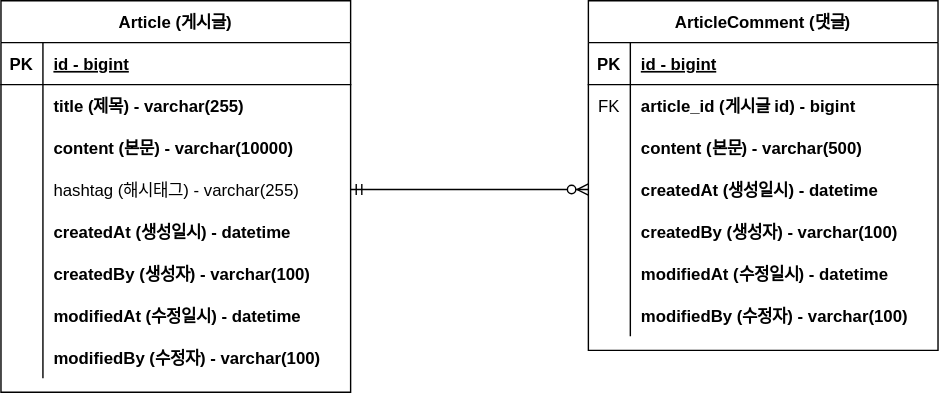
The draw.io diagram document/project-board-erd.svg in zjvl11/project-board, before a commit. Source tidied: cells renumbered, new cells last; positions are measured from the earlier drawing's top-left corner, leaving out a move shared by most shapes.
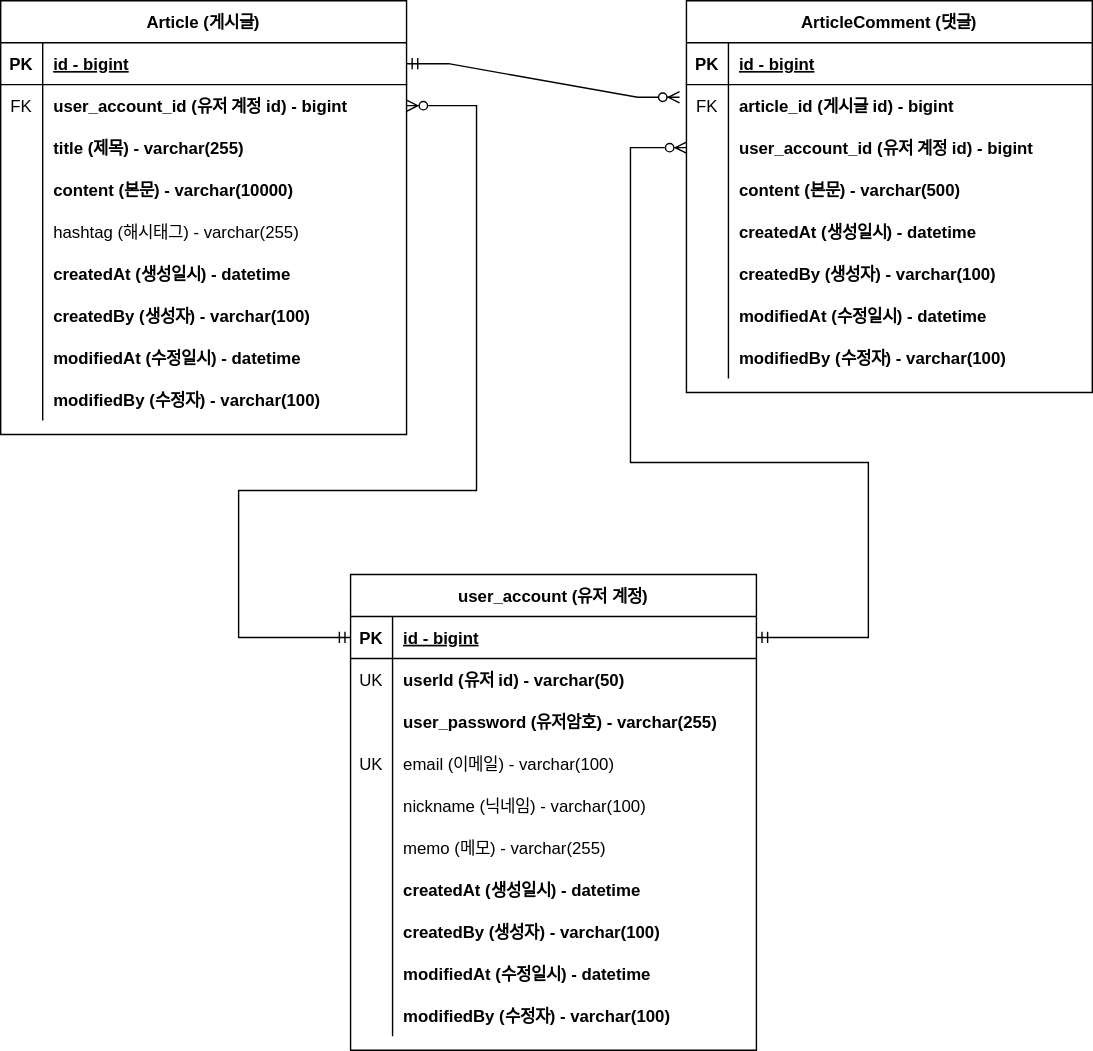
The same file after the commit.

The edit, as a diff of the source:
```diff
@@ -5,6 +5,6 @@
     <mxCell id="2" value="Article (게시글)" style="shape=table;startSize=30;rowLines=0;fontStyle=1;align=center;" parent="1" vertex="1">
-      <mxGeometry width="250" height="280" as="geometry" />
+      <mxGeometry width="290" height="310" as="geometry" />
     </mxCell>
     <mxCell id="3" style="shape=partialRectangle;fillColor=none;points=[[0,0.5],[1,0.5]];portConstraint=eastwest;top=0;left=0;right=0;bottom=1;" parent="2" vertex="1">
-      <mxGeometry y="30" width="250" height="30" as="geometry" />
+      <mxGeometry y="30" width="290" height="30" as="geometry" />
     </mxCell>
@@ -14,6 +14,15 @@
     <mxCell id="5" value="id - bigint" style="shape=partialRectangle;overflow=hidden;fillColor=none;top=0;left=0;bottom=0;right=0;align=left;spacingLeft=6;fontStyle=5;" parent="3" vertex="1">
-      <mxGeometry x="30" width="220" height="30" as="geometry" />
+      <mxGeometry x="30" width="260" height="30" as="geometry" />
     </mxCell>
+    <mxCell id="50" style="shape=partialRectangle;fillColor=none;points=[[0,0.5],[1,0.5]];portConstraint=eastwest;top=0;left=0;right=0;bottom=0;" parent="2" vertex="1">
+      <mxGeometry y="60" width="290" height="30" as="geometry" />
+    </mxCell>
+    <mxCell id="51" value="FK" style="shape=partialRectangle;overflow=hidden;fillColor=none;top=0;left=0;bottom=0;right=0;" parent="50" vertex="1">
+      <mxGeometry width="30" height="30" as="geometry" />
+    </mxCell>
+    <mxCell id="52" value="user_account_id (유저 계정 id) - bigint" style="shape=partialRectangle;overflow=hidden;fillColor=none;top=0;left=0;bottom=0;right=0;align=left;spacingLeft=6;fontStyle=1;" parent="50" vertex="1">
+      <mxGeometry x="30" width="260" height="30" as="geometry" />
+    </mxCell>
     <mxCell id="6" style="shape=partialRectangle;fillColor=none;top=0;left=0;right=0;bottom=0;" parent="2" vertex="1">
-      <mxGeometry y="60" width="250" height="30" as="geometry" />
+      <mxGeometry y="90" width="290" height="30" as="geometry" />
     </mxCell>
@@ -23,6 +32,6 @@
     <mxCell id="8" value="title (제목) - varchar(255)" style="shape=partialRectangle;overflow=hidden;fillColor=none;top=0;left=0;bottom=0;right=0;align=left;spacingLeft=6;fontStyle=1;" parent="6" vertex="1">
-      <mxGeometry x="30" width="220" height="30" as="geometry" />
+      <mxGeometry x="30" width="260" height="30" as="geometry" />
     </mxCell>
     <mxCell id="9" style="shape=partialRectangle;fillColor=none;top=0;left=0;right=0;bottom=0;" parent="2" vertex="1">
-      <mxGeometry y="90" width="250" height="30" as="geometry" />
+      <mxGeometry y="120" width="290" height="30" as="geometry" />
     </mxCell>
@@ -32,6 +41,6 @@
     <mxCell id="11" value="content (본문) - varchar(10000)" style="shape=partialRectangle;overflow=hidden;fillColor=none;top=0;left=0;bottom=0;right=0;align=left;spacingLeft=6;fontStyle=1;" parent="9" vertex="1">
-      <mxGeometry x="30" width="220" height="30" as="geometry" />
+      <mxGeometry x="30" width="260" height="30" as="geometry" />
     </mxCell>
     <mxCell id="12" style="shape=partialRectangle;fillColor=none;points=[[0,0.5],[1,0.5]];portConstraint=eastwest;top=0;left=0;right=0;bottom=0;" parent="2" vertex="1">
-      <mxGeometry y="120" width="250" height="30" as="geometry" />
+      <mxGeometry y="150" width="290" height="30" as="geometry" />
     </mxCell>
@@ -41,6 +50,6 @@
     <mxCell id="14" value="hashtag (해시태그) - varchar(255)" style="shape=partialRectangle;overflow=hidden;fillColor=none;top=0;left=0;bottom=0;right=0;align=left;spacingLeft=6;fontStyle=0;" parent="12" vertex="1">
-      <mxGeometry x="30" width="220" height="30" as="geometry" />
+      <mxGeometry x="30" width="260" height="30" as="geometry" />
     </mxCell>
     <mxCell id="15" style="shape=partialRectangle;fillColor=none;top=0;left=0;right=0;bottom=0;" parent="2" vertex="1">
-      <mxGeometry y="150" width="250" height="30" as="geometry" />
+      <mxGeometry y="180" width="290" height="30" as="geometry" />
     </mxCell>
@@ -50,6 +59,6 @@
     <mxCell id="17" value="createdAt (생성일시) - datetime" style="shape=partialRectangle;overflow=hidden;fillColor=none;top=0;left=0;bottom=0;right=0;align=left;spacingLeft=6;fontStyle=1;" parent="15" vertex="1">
-      <mxGeometry x="30" width="220" height="30" as="geometry" />
+      <mxGeometry x="30" width="260" height="30" as="geometry" />
     </mxCell>
     <mxCell id="18" style="shape=partialRectangle;fillColor=none;top=0;left=0;right=0;bottom=0;" parent="2" vertex="1">
-      <mxGeometry y="180" width="250" height="30" as="geometry" />
+      <mxGeometry y="210" width="290" height="30" as="geometry" />
     </mxCell>
@@ -59,6 +68,6 @@
     <mxCell id="20" value="createdBy (생성자) - varchar(100)" style="shape=partialRectangle;overflow=hidden;fillColor=none;top=0;left=0;bottom=0;right=0;align=left;spacingLeft=6;fontStyle=1;" parent="18" vertex="1">
-      <mxGeometry x="30" width="220" height="30" as="geometry" />
+      <mxGeometry x="30" width="260" height="30" as="geometry" />
     </mxCell>
     <mxCell id="21" style="shape=partialRectangle;fillColor=none;top=0;left=0;right=0;bottom=0;" parent="2" vertex="1">
-      <mxGeometry y="210" width="250" height="30" as="geometry" />
+      <mxGeometry y="240" width="290" height="30" as="geometry" />
     </mxCell>
@@ -68,6 +77,6 @@
     <mxCell id="23" value="modifiedAt (수정일시) - datetime" style="shape=partialRectangle;overflow=hidden;fillColor=none;top=0;left=0;bottom=0;right=0;align=left;spacingLeft=6;fontStyle=1;" parent="21" vertex="1">
-      <mxGeometry x="30" width="220" height="30" as="geometry" />
+      <mxGeometry x="30" width="260" height="30" as="geometry" />
     </mxCell>
     <mxCell id="24" style="shape=partialRectangle;fillColor=none;top=0;left=0;right=0;bottom=0;" parent="2" vertex="1">
-      <mxGeometry y="240" width="250" height="30" as="geometry" />
+      <mxGeometry y="270" width="290" height="30" as="geometry" />
     </mxCell>
@@ -77,9 +86,9 @@
     <mxCell id="26" value="modifiedBy (수정자) - varchar(100)" style="shape=partialRectangle;overflow=hidden;fillColor=none;top=0;left=0;bottom=0;right=0;align=left;spacingLeft=6;fontStyle=1;" parent="24" vertex="1">
-      <mxGeometry x="30" width="220" height="30" as="geometry" />
+      <mxGeometry x="30" width="260" height="30" as="geometry" />
     </mxCell>
     <mxCell id="27" value="ArticleComment (댓글)" style="shape=table;startSize=30;rowLines=0;fontStyle=1;align=center;" parent="1" vertex="1">
-      <mxGeometry x="420" width="250" height="250" as="geometry" />
+      <mxGeometry x="490" width="290" height="280" as="geometry" />
     </mxCell>
     <mxCell id="28" style="shape=partialRectangle;fillColor=none;top=0;left=0;right=0;bottom=1;" parent="27" vertex="1">
-      <mxGeometry y="30" width="250" height="30" as="geometry" />
+      <mxGeometry y="30" width="290" height="30" as="geometry" />
     </mxCell>
@@ -89,6 +98,6 @@
     <mxCell id="30" value="id - bigint" style="shape=partialRectangle;overflow=hidden;fillColor=none;top=0;left=0;bottom=0;right=0;align=left;spacingLeft=6;fontStyle=5;" parent="28" vertex="1">
-      <mxGeometry x="30" width="220" height="30" as="geometry" />
+      <mxGeometry x="30" width="260" height="30" as="geometry" />
     </mxCell>
     <mxCell id="31" style="shape=partialRectangle;fillColor=none;points=[[0,0.5],[1,0.5]];portConstraint=eastwest;top=0;left=0;right=0;bottom=0;" parent="27" vertex="1">
-      <mxGeometry y="60" width="250" height="30" as="geometry" />
+      <mxGeometry y="60" width="290" height="30" as="geometry" />
     </mxCell>
@@ -98,6 +107,15 @@
     <mxCell id="33" value="article_id (게시글 id) - bigint" style="shape=partialRectangle;overflow=hidden;fillColor=none;top=0;left=0;bottom=0;right=0;align=left;spacingLeft=6;fontStyle=1;" parent="31" vertex="1">
-      <mxGeometry x="30" width="220" height="30" as="geometry" />
+      <mxGeometry x="30" width="260" height="30" as="geometry" />
     </mxCell>
+    <mxCell id="53" style="shape=partialRectangle;fillColor=none;points=[[0,0.5],[1,0.5]];portConstraint=eastwest;top=0;left=0;right=0;bottom=0;" parent="27" vertex="1">
+      <mxGeometry y="90" width="290" height="30" as="geometry" />
+    </mxCell>
+    <mxCell id="54" style="shape=partialRectangle;overflow=hidden;fillColor=none;top=0;left=0;bottom=0;right=0;" parent="53" vertex="1">
+      <mxGeometry width="30" height="30" as="geometry" />
+    </mxCell>
+    <mxCell id="55" value="user_account_id (유저 계정 id) - bigint" style="shape=partialRectangle;overflow=hidden;fillColor=none;top=0;left=0;bottom=0;right=0;align=left;spacingLeft=6;fontStyle=1;" parent="53" vertex="1">
+      <mxGeometry x="30" width="260" height="30" as="geometry" />
+    </mxCell>
     <mxCell id="34" style="shape=partialRectangle;fillColor=none;top=0;left=0;right=0;bottom=0;" parent="27" vertex="1">
-      <mxGeometry y="90" width="250" height="30" as="geometry" />
+      <mxGeometry y="120" width="290" height="30" as="geometry" />
     </mxCell>
@@ -107,6 +125,6 @@
     <mxCell id="36" value="content (본문) - varchar(500)" style="shape=partialRectangle;overflow=hidden;fillColor=none;top=0;left=0;bottom=0;right=0;align=left;spacingLeft=6;fontStyle=1;" parent="34" vertex="1">
-      <mxGeometry x="30" width="220" height="30" as="geometry" />
+      <mxGeometry x="30" width="260" height="30" as="geometry" />
     </mxCell>
     <mxCell id="37" style="shape=partialRectangle;fillColor=none;points=[[0,0.5],[1,0.5]];portConstraint=eastwest;top=0;left=0;right=0;bottom=0;" parent="27" vertex="1">
-      <mxGeometry y="120" width="250" height="30" as="geometry" />
+      <mxGeometry y="150" width="290" height="30" as="geometry" />
     </mxCell>
@@ -116,6 +134,6 @@
     <mxCell id="39" value="createdAt (생성일시) - datetime" style="shape=partialRectangle;overflow=hidden;fillColor=none;top=0;left=0;bottom=0;right=0;align=left;spacingLeft=6;fontStyle=1;" parent="37" vertex="1">
-      <mxGeometry x="30" width="220" height="30" as="geometry" />
+      <mxGeometry x="30" width="260" height="30" as="geometry" />
     </mxCell>
     <mxCell id="40" style="shape=partialRectangle;fillColor=none;top=0;left=0;right=0;bottom=0;" parent="27" vertex="1">
-      <mxGeometry y="150" width="250" height="30" as="geometry" />
+      <mxGeometry y="180" width="290" height="30" as="geometry" />
     </mxCell>
@@ -125,6 +143,6 @@
     <mxCell id="42" value="createdBy (생성자) - varchar(100)" style="shape=partialRectangle;overflow=hidden;fillColor=none;top=0;left=0;bottom=0;right=0;align=left;spacingLeft=6;fontStyle=1;" parent="40" vertex="1">
-      <mxGeometry x="30" width="220" height="30" as="geometry" />
+      <mxGeometry x="30" width="260" height="30" as="geometry" />
     </mxCell>
     <mxCell id="43" style="shape=partialRectangle;fillColor=none;top=0;left=0;right=0;bottom=0;" parent="27" vertex="1">
-      <mxGeometry y="180" width="250" height="30" as="geometry" />
+      <mxGeometry y="210" width="290" height="30" as="geometry" />
     </mxCell>
@@ -134,6 +152,6 @@
     <mxCell id="45" value="modifiedAt (수정일시) - datetime" style="shape=partialRectangle;overflow=hidden;fillColor=none;top=0;left=0;bottom=0;right=0;align=left;spacingLeft=6;fontStyle=1;" parent="43" vertex="1">
-      <mxGeometry x="30" width="220" height="30" as="geometry" />
+      <mxGeometry x="30" width="260" height="30" as="geometry" />
     </mxCell>
     <mxCell id="46" style="shape=partialRectangle;fillColor=none;top=0;left=0;right=0;bottom=0;" parent="27" vertex="1">
-      <mxGeometry y="210" width="250" height="30" as="geometry" />
+      <mxGeometry y="240" width="290" height="30" as="geometry" />
     </mxCell>
@@ -143,5 +161,5 @@
     <mxCell id="48" value="modifiedBy (수정자) - varchar(100)" style="shape=partialRectangle;overflow=hidden;fillColor=none;top=0;left=0;bottom=0;right=0;align=left;spacingLeft=6;fontStyle=1;" parent="46" vertex="1">
-      <mxGeometry x="30" width="220" height="30" as="geometry" />
+      <mxGeometry x="30" width="260" height="30" as="geometry" />
     </mxCell>
-    <mxCell id="49" style="edgeStyle=entityRelationEdgeStyle;fontSize=12;html=1;endArrow=ERzeroToMany;startArrow=ERmandOne;rounded=0;exitX=1;exitY=0.5;exitDx=0;exitDy=0;" parent="1" edge="1" source="12" target="37">
+    <mxCell id="49" style="edgeStyle=entityRelationEdgeStyle;fontSize=12;html=1;endArrow=ERzeroToMany;startArrow=ERmandOne;rounded=0;exitX=1;exitY=0.5;exitDx=0;exitDy=0;entryX=-0.017;entryY=0.3;entryDx=0;entryDy=0;entryPerimeter=0;" parent="1" edge="1" source="3" target="31">
       <mxGeometry relative="1" as="geometry">
@@ -152,2 +170,115 @@
     </mxCell>
+    <mxCell id="56" value="user_account (유저 계정)" style="shape=table;startSize=30;rowLines=0;fontStyle=1;align=center;" parent="1" vertex="1">
+      <mxGeometry x="250" y="410" width="290" height="340" as="geometry" />
+    </mxCell>
+    <mxCell id="57" style="shape=partialRectangle;fillColor=none;points=[[0,0.5],[1,0.5]];portConstraint=eastwest;top=0;left=0;right=0;bottom=1;" parent="56" vertex="1">
+      <mxGeometry y="30" width="290" height="30" as="geometry" />
+    </mxCell>
+    <mxCell id="58" value="PK" style="shape=partialRectangle;overflow=hidden;fillColor=none;top=0;left=0;bottom=0;right=0;fontStyle=1;" parent="57" vertex="1">
+      <mxGeometry width="30" height="30" as="geometry" />
+    </mxCell>
+    <mxCell id="59" value="id - bigint" style="shape=partialRectangle;overflow=hidden;fillColor=none;top=0;left=0;bottom=0;right=0;align=left;spacingLeft=6;fontStyle=5;" parent="57" vertex="1">
+      <mxGeometry x="30" width="260" height="30" as="geometry" />
+    </mxCell>
+    <mxCell id="60" style="shape=partialRectangle;fillColor=none;top=0;left=0;right=0;bottom=0;" parent="56" vertex="1">
+      <mxGeometry y="60" width="290" height="30" as="geometry" />
+    </mxCell>
+    <mxCell id="61" value="UK" style="shape=partialRectangle;overflow=hidden;fillColor=none;top=0;left=0;bottom=0;right=0;" parent="60" vertex="1">
+      <mxGeometry width="30" height="30" as="geometry" />
+    </mxCell>
+    <mxCell id="62" value="userId (유저 id) - varchar(50)" style="shape=partialRectangle;overflow=hidden;fillColor=none;top=0;left=0;bottom=0;right=0;align=left;spacingLeft=6;fontStyle=1;" parent="60" vertex="1">
+      <mxGeometry x="30" width="260" height="30" as="geometry" />
+    </mxCell>
+    <mxCell id="63" style="shape=partialRectangle;fillColor=none;top=0;left=0;right=0;bottom=0;" parent="56" vertex="1">
+      <mxGeometry y="90" width="290" height="30" as="geometry" />
+    </mxCell>
+    <mxCell id="64" style="shape=partialRectangle;overflow=hidden;fillColor=none;top=0;left=0;bottom=0;right=0;" parent="63" vertex="1">
+      <mxGeometry width="30" height="30" as="geometry" />
+    </mxCell>
+    <mxCell id="65" value="user_password (유저암호) - varchar(255)" style="shape=partialRectangle;overflow=hidden;fillColor=none;top=0;left=0;bottom=0;right=0;align=left;spacingLeft=6;fontStyle=1;" parent="63" vertex="1">
+      <mxGeometry x="30" width="260" height="30" as="geometry" />
+    </mxCell>
+    <mxCell id="66" style="shape=partialRectangle;fillColor=none;top=0;left=0;right=0;bottom=0;" parent="56" vertex="1">
+      <mxGeometry y="120" width="290" height="30" as="geometry" />
+    </mxCell>
+    <mxCell id="67" value="UK" style="shape=partialRectangle;overflow=hidden;fillColor=none;top=0;left=0;bottom=0;right=0;" parent="66" vertex="1">
+      <mxGeometry width="30" height="30" as="geometry" />
+    </mxCell>
+    <mxCell id="68" value="email (이메일) - varchar(100)" style="shape=partialRectangle;overflow=hidden;fillColor=none;top=0;left=0;bottom=0;right=0;align=left;spacingLeft=6;fontStyle=0;" parent="66" vertex="1">
+      <mxGeometry x="30" width="260" height="30" as="geometry" />
+    </mxCell>
+    <mxCell id="69" style="shape=partialRectangle;fillColor=none;top=0;left=0;right=0;bottom=0;" parent="56" vertex="1">
+      <mxGeometry y="150" width="290" height="30" as="geometry" />
+    </mxCell>
+    <mxCell id="70" style="shape=partialRectangle;overflow=hidden;fillColor=none;top=0;left=0;bottom=0;right=0;" parent="69" vertex="1">
+      <mxGeometry width="30" height="30" as="geometry" />
+    </mxCell>
+    <mxCell id="71" value="nickname (닉네임) - varchar(100)" style="shape=partialRectangle;overflow=hidden;fillColor=none;top=0;left=0;bottom=0;right=0;align=left;spacingLeft=6;fontStyle=0;" parent="69" vertex="1">
+      <mxGeometry x="30" width="260" height="30" as="geometry" />
+    </mxCell>
+    <mxCell id="72" style="shape=partialRectangle;fillColor=none;top=0;left=0;right=0;bottom=0;" parent="56" vertex="1">
+      <mxGeometry y="180" width="290" height="30" as="geometry" />
+    </mxCell>
+    <mxCell id="73" style="shape=partialRectangle;overflow=hidden;fillColor=none;top=0;left=0;bottom=0;right=0;" parent="72" vertex="1">
+      <mxGeometry width="30" height="30" as="geometry" />
+    </mxCell>
+    <mxCell id="74" value="memo (메모) - varchar(255)" style="shape=partialRectangle;overflow=hidden;fillColor=none;top=0;left=0;bottom=0;right=0;align=left;spacingLeft=6;fontStyle=0;" parent="72" vertex="1">
+      <mxGeometry x="30" width="260" height="30" as="geometry" />
+    </mxCell>
+    <mxCell id="75" style="shape=partialRectangle;fillColor=none;top=0;left=0;right=0;bottom=0;" parent="56" vertex="1">
+      <mxGeometry y="210" width="290" height="30" as="geometry" />
+    </mxCell>
+    <mxCell id="76" style="shape=partialRectangle;overflow=hidden;fillColor=none;top=0;left=0;bottom=0;right=0;" parent="75" vertex="1">
+      <mxGeometry width="30" height="30" as="geometry" />
+    </mxCell>
+    <mxCell id="77" value="createdAt (생성일시) - datetime" style="shape=partialRectangle;overflow=hidden;fillColor=none;top=0;left=0;bottom=0;right=0;align=left;spacingLeft=6;fontStyle=1;" parent="75" vertex="1">
+      <mxGeometry x="30" width="260" height="30" as="geometry" />
+    </mxCell>
+    <mxCell id="78" style="shape=partialRectangle;fillColor=none;top=0;left=0;right=0;bottom=0;" parent="56" vertex="1">
+      <mxGeometry y="240" width="290" height="30" as="geometry" />
+    </mxCell>
+    <mxCell id="79" style="shape=partialRectangle;overflow=hidden;fillColor=none;top=0;left=0;bottom=0;right=0;" parent="78" vertex="1">
+      <mxGeometry width="30" height="30" as="geometry" />
+    </mxCell>
+    <mxCell id="80" value="createdBy (생성자) - varchar(100)" style="shape=partialRectangle;overflow=hidden;fillColor=none;top=0;left=0;bottom=0;right=0;align=left;spacingLeft=6;fontStyle=1;" parent="78" vertex="1">
+      <mxGeometry x="30" width="260" height="30" as="geometry" />
+    </mxCell>
+    <mxCell id="81" style="shape=partialRectangle;fillColor=none;top=0;left=0;right=0;bottom=0;" parent="56" vertex="1">
+      <mxGeometry y="270" width="290" height="30" as="geometry" />
+    </mxCell>
+    <mxCell id="82" style="shape=partialRectangle;overflow=hidden;fillColor=none;top=0;left=0;bottom=0;right=0;" parent="81" vertex="1">
+      <mxGeometry width="30" height="30" as="geometry" />
+    </mxCell>
+    <mxCell id="83" value="modifiedAt (수정일시) - datetime" style="shape=partialRectangle;overflow=hidden;fillColor=none;top=0;left=0;bottom=0;right=0;align=left;spacingLeft=6;fontStyle=1;" parent="81" vertex="1">
+      <mxGeometry x="30" width="260" height="30" as="geometry" />
+    </mxCell>
+    <mxCell id="84" style="shape=partialRectangle;fillColor=none;top=0;left=0;right=0;bottom=0;" parent="56" vertex="1">
+      <mxGeometry y="300" width="290" height="30" as="geometry" />
+    </mxCell>
+    <mxCell id="85" style="shape=partialRectangle;overflow=hidden;fillColor=none;top=0;left=0;bottom=0;right=0;" parent="84" vertex="1">
+      <mxGeometry width="30" height="30" as="geometry" />
+    </mxCell>
+    <mxCell id="86" value="modifiedBy (수정자) - varchar(100)" style="shape=partialRectangle;overflow=hidden;fillColor=none;top=0;left=0;bottom=0;right=0;align=left;spacingLeft=6;fontStyle=1;" parent="84" vertex="1">
+      <mxGeometry x="30" width="260" height="30" as="geometry" />
+    </mxCell>
+    <mxCell id="87" style="edgeStyle=orthogonalEdgeStyle;rounded=0;jettySize=auto;html=1;exitX=0;exitY=0.5;exitDx=0;exitDy=0;endArrow=ERzeroToMany;endFill=0;startArrow=ERmandOne;startFill=0;" parent="1" edge="1" source="57" target="50">
+      <mxGeometry relative="1" as="geometry">
+        <Array as="points">
+          <mxPoint x="170" y="455" />
+          <mxPoint x="170" y="350" />
+          <mxPoint x="340" y="350" />
+          <mxPoint x="340" y="75" />
+        </Array>
+      </mxGeometry>
+    </mxCell>
+    <mxCell id="88" style="edgeStyle=orthogonalEdgeStyle;rounded=0;jettySize=auto;html=1;exitX=1;exitY=0.5;exitDx=0;exitDy=0;entryX=0;entryY=0.5;entryDx=0;entryDy=0;endArrow=ERzeroToMany;endFill=0;startArrow=ERmandOne;startFill=0;" parent="1" edge="1" source="57" target="53">
+      <mxGeometry relative="1" as="geometry">
+        <Array as="points">
+          <mxPoint x="620" y="455" />
+          <mxPoint x="620" y="330" />
+          <mxPoint x="450" y="330" />
+          <mxPoint x="450" y="105" />
+        </Array>
+      </mxGeometry>
+    </mxCell>
   </root>
```
